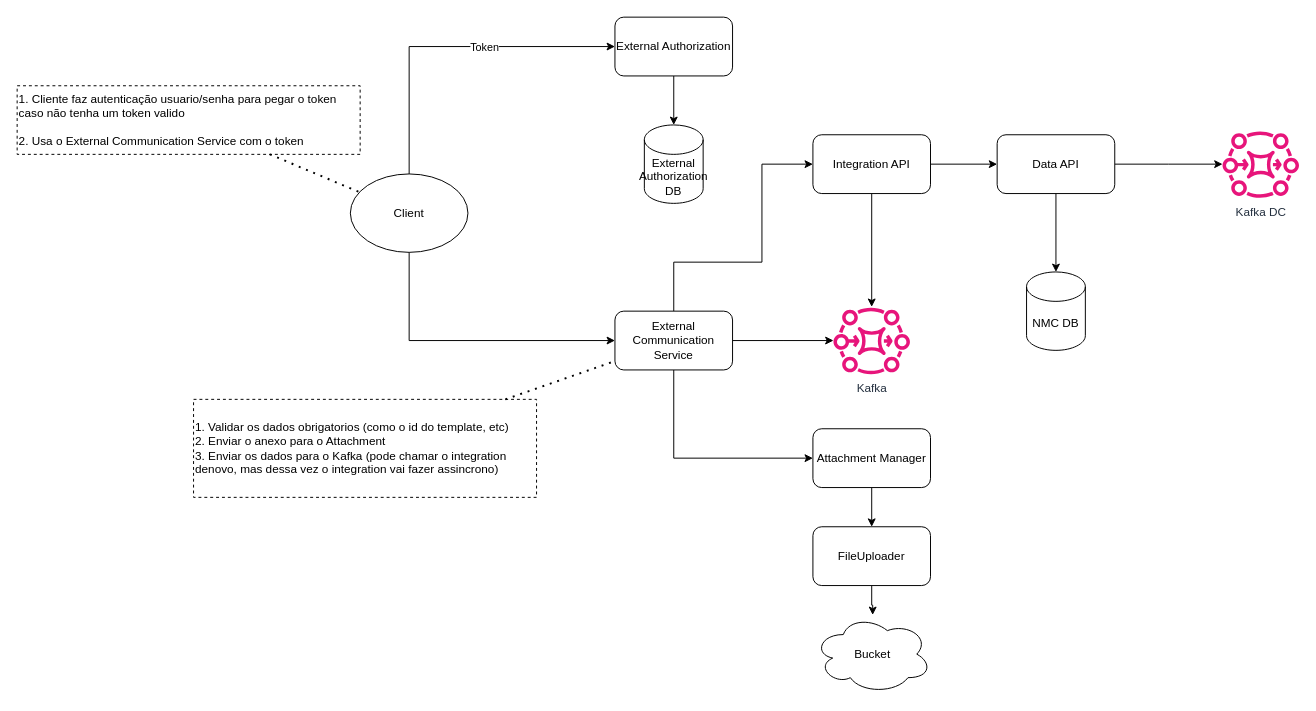
caio-bueno/draws-valid keeps this draw.io diagram as page "Attachment" (1 of 3) of Diagrama API Externa pra envio.drawio. Above is the earlier version. Source tidied: cells renumbered, new cells numbered last; positions are measured from the earlier drawing's top-left corner, leaving out a move shared by most shapes. Both pictures are drawn from the tidied source at 98%, with x=0, y=0 at pixel (17, 17).
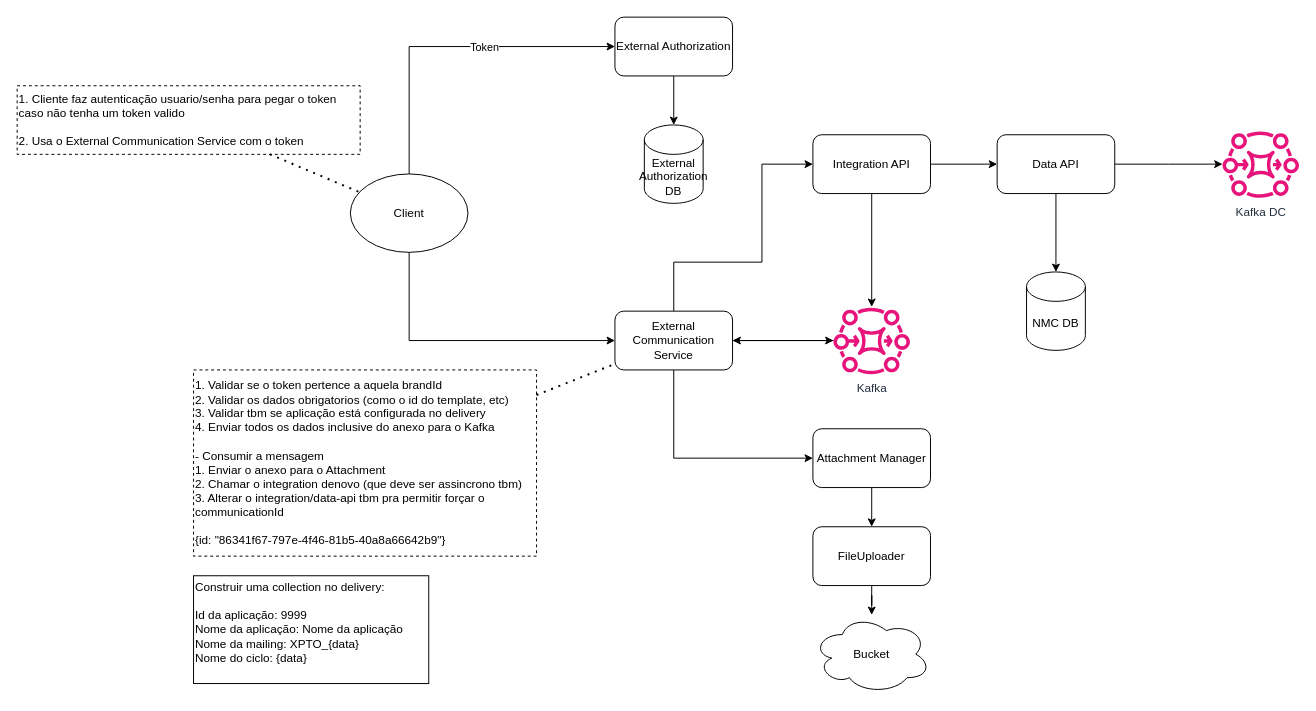
After the change.

Unchanged cells that the change refers to:
```xml
<mxCell id="6" value="Kafka" style="sketch=0;outlineConnect=0;fontColor=#232F3E;gradientColor=none;fillColor=#E7157B;strokeColor=none;dashed=0;verticalLabelPosition=bottom;verticalAlign=top;align=center;html=1;fontSize=12;fontStyle=0;shape=mxgraph.aws4.mq_broker;" parent="1" vertex="1">
  <mxGeometry x="833" y="295.5" width="78" height="69" as="geometry" />
</mxCell>
<mxCell id="15" value="External Communication Service" style="rounded=1;whiteSpace=wrap;html=1;" parent="1" vertex="1">
  <mxGeometry x="610" y="300" width="120" height="60" as="geometry" />
</mxCell>
```

Diff of the diagram source:
```diff
@@
+    <mxCell id="31" style="edgeStyle=orthogonalEdgeStyle;rounded=0;jettySize=auto;html=1;" parent="1" edge="1" source="6" target="15">
+      <mxGeometry relative="1" as="geometry" />
+    </mxCell>
@@
     <mxCell id="23" value="Bucket" style="ellipse;shape=cloud;whiteSpace=wrap;html=1;" parent="1" vertex="1">
-      <mxGeometry x="813" y="610" width="120" height="80" as="geometry" />
+      <mxGeometry x="812" y="610" width="120" height="80" as="geometry" />
     </mxCell>
@@
-    <mxCell id="27" value="1. Validar os dados obrigatorios (como o id do template, etc)&lt;div&gt;2. Enviar o anexo para o Attachment&lt;/div&gt;&lt;div&gt;3. Enviar os dados para o Kafka (pode chamar o integration denovo, mas dessa vez o integration vai fazer assincrono)&lt;/div&gt;" style="text;html=1;align=left;verticalAlign=middle;whiteSpace=wrap;rounded=0;strokeColor=default;dashed=1;" parent="1" vertex="1">
-      <mxGeometry x="180" y="390" width="350" height="100" as="geometry" />
+    <mxCell id="27" value="&lt;div&gt;1. Validar se o token pertence a aquela brandId&lt;/div&gt;2. Validar os dados obrigatorios (como o id do template, etc)&lt;div&gt;3. Validar tbm se aplicação está configurada no delivery&lt;br&gt;&lt;div&gt;4. Enviar todos os dados inclusive do anexo para o Kafka&lt;/div&gt;&lt;div&gt;&lt;br&gt;&lt;/div&gt;&lt;div&gt;- Consumir a mensagem&lt;/div&gt;&lt;div&gt;&lt;div&gt;1. Enviar o anexo para o Attachment&lt;/div&gt;&lt;div&gt;2. Chamar o integration denovo (que deve ser assincrono tbm)&lt;/div&gt;&lt;div&gt;3. Alterar o integration/data-api tbm pra permitir forçar o communicationId&lt;/div&gt;&lt;div&gt;&lt;br&gt;&lt;/div&gt;&lt;/div&gt;&lt;div&gt;{id: &quot;86341f67-797e-4f46-81b5-40a8a66642b9&quot;}&lt;/div&gt;&lt;/div&gt;" style="text;html=1;align=left;verticalAlign=middle;whiteSpace=wrap;rounded=0;strokeColor=default;dashed=1;" parent="1" vertex="1">
+      <mxGeometry x="180" y="360" width="350" height="190" as="geometry" />
     </mxCell>
@@
+    <mxCell id="32" value="Construir uma collection no delivery:&lt;br&gt;&lt;br&gt;&lt;div&gt;&lt;div&gt;Id da aplicação: 9999&amp;nbsp;&lt;/div&gt;&lt;div&gt;Nome da aplicação: Nome da aplicação&lt;/div&gt;&lt;div&gt;Nome da mailing: XPTO_{data}&lt;/div&gt;&lt;div&gt;Nome do ciclo: {data}&lt;/div&gt;&lt;/div&gt;&lt;div&gt;&lt;br&gt;&lt;/div&gt;" style="text;html=1;align=left;verticalAlign=middle;strokeColor=default;" parent="1" vertex="1">
+      <mxGeometry x="180" y="570" width="240" height="110" as="geometry" />
+    </mxCell>
```
